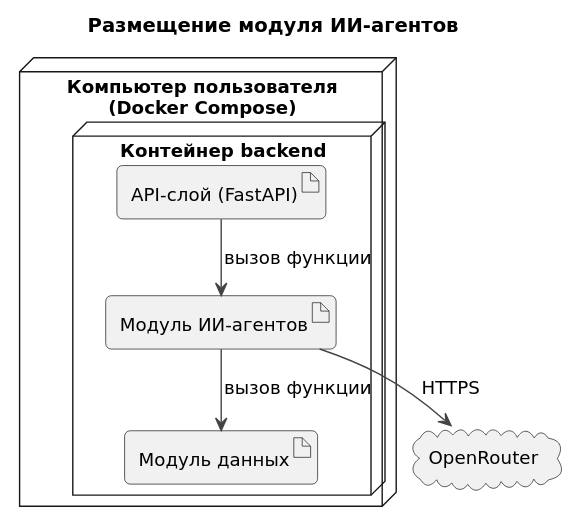
Earlier version of the PlantUML export documents/agents/diagrams/165-deployment.svg (ryDIEv/CineMatch).
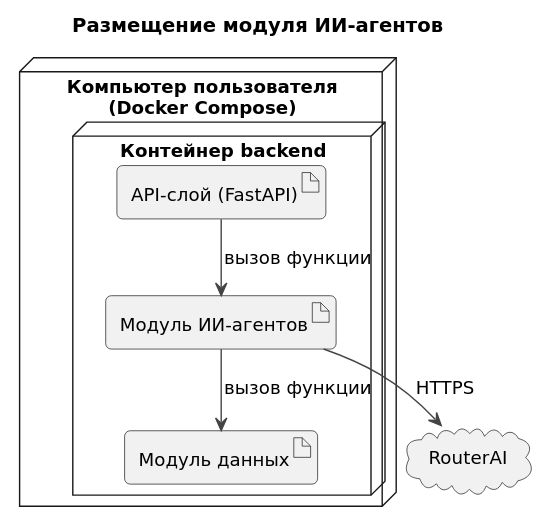
The same file after the commit.

Diff of the diagram source:
```diff
@@ -8,8 +8,8 @@
     artifact "Модуль данных" as data
   }
 }
-cloud "OpenRouter" as or
+cloud "RouterAI" as ra
 api --> ag : вызов функции
 ag --> data : вызов функции
-ag --> or : HTTPS
+ag --> ra : HTTPS
 @enduml
```
